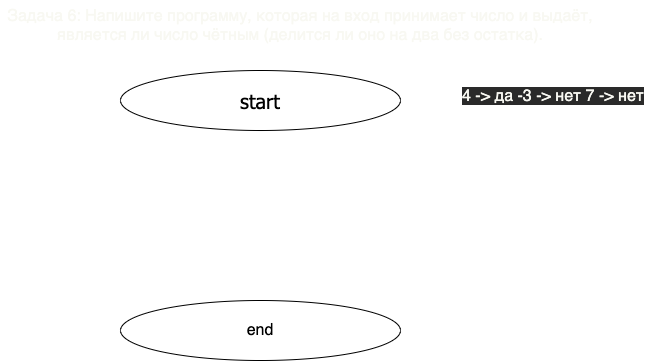
This is homework/task006/diagram.drawio.png from SergeyION/homework, a draw.io export, as it was before one commit. Source tidied: cells renumbered, new cells last; positions are measured from the earlier drawing's top-left corner, leaving out a move shared by most shapes. Source of this version:
```xml
<mxGraphModel>
  <root>
    <mxCell id="0" />
    <mxCell id="1" parent="0" />
    <mxCell id="2" value="&lt;h1 class=&quot;code-line&quot; dir=&quot;auto&quot; id=&quot;%D0%B7%D0%B0%D0%B4%D0%B0%D1%87%D0%B0-6-%D0%BD%D0%B0%D0%BF%D0%B8%D1%88%D0%B8%D1%82%D0%B5-%D0%BF%D1%80%D0%BE%D0%B3%D1%80%D0%B0%D0%BC%D0%BC%D1%83-%D0%BA%D0%BE%D1%82%D0%BE%D1%80%D0%B0%D1%8F-%D0%BD%D0%B0-%D0%B2%D1%85%D0%BE%D0%B4-%D0%BF%D1%80%D0%B8%D0%BD%D0%B8%D0%BC%D0%B0%D0%B5%D1%82-%D1%87%D0%B8%D1%81%D0%BB%D0%BE-%D0%B8-%D0%B2%D1%8B%D0%B4%D0%B0%D1%91%D1%82-%D1%8F%D0%B2%D0%BB%D1%8F%D0%B5%D1%82%D1%81%D1%8F-%D0%BB%D0%B8-%D1%87%D0%B8%D1%81%D0%BB%D0%BE-%D1%87%D1%91%D1%82%D0%BD%D1%8B%D0%BC-%D0%B4%D0%B5%D0%BB%D0%B8%D1%82%D1%81%D1%8F-%D0%BB%D0%B8-%D0%BE%D0%BD%D0%BE-%D0%BD%D0%B0-%D0%B4%D0%B2%D0%B0-%D0%B1%D0%B5%D0%B7-%D0%BE%D1%81%D1%82%D0%B0%D1%82%D0%BA%D0%B0&quot; style=&quot;margin-top: 0px ; padding-bottom: 0.3em ; line-height: 1.2 ; border-bottom: 1px solid rgba(255 , 255 , 255 , 0.18) ; font-weight: normal ; border-top-color: rgba(255 , 255 , 255 , 0.18) ; border-right-color: rgba(255 , 255 , 255 , 0.18) ; border-left-color: rgba(255 , 255 , 255 , 0.18) ; position: relative ; color: rgb(248 , 248 , 242) ; font-style: normal ; letter-spacing: normal ; text-indent: 0px ; text-transform: none ; word-spacing: 0px ; font-size: 16px&quot;&gt;Задача 6: Напишите программу, которая на вход принимает число и выдаёт, является ли число чётным (делится ли оно на два без остатка).&lt;/h1&gt;&lt;p class=&quot;code-line&quot; dir=&quot;auto&quot; style=&quot;margin-top: 0px ; margin-bottom: 0.7em ; position: relative ; color: rgb(248 , 248 , 242) ; font-size: 16px ; font-style: normal ; font-weight: 400 ; letter-spacing: normal ; text-indent: 0px ; text-transform: none ; word-spacing: 0px&quot;&gt;&lt;br&gt;&lt;/p&gt;" style="text;whiteSpace=wrap;html=1;fontSize=16;align=center;" parent="1" vertex="1">
      <mxGeometry width="600" height="50" as="geometry" />
    </mxCell>
    <mxCell id="3" value="&lt;meta charset=&quot;utf-8&quot;&gt;&lt;span style=&quot;color: rgb(248, 248, 242); font-family: helvetica; font-size: 16px; font-style: normal; font-weight: 400; letter-spacing: normal; text-align: center; text-indent: 0px; text-transform: none; word-spacing: 0px; background-color: rgb(42, 42, 42); display: inline; float: none;&quot;&gt;4 -&amp;gt; да -3 -&amp;gt; нет 7 -&amp;gt; нет&lt;/span&gt;" style="text;whiteSpace=wrap;html=1;fontSize=16;" parent="1" vertex="1">
      <mxGeometry x="460" y="80" width="210" height="30" as="geometry" />
    </mxCell>
    <mxCell id="4" value="start" style="ellipse;whiteSpace=wrap;html=1;fontSize=20;align=center;fontFamily=Tahoma;" parent="1" vertex="1">
      <mxGeometry x="120" y="70" width="280" height="60" as="geometry" />
    </mxCell>
    <mxCell id="5" value="end" style="ellipse;whiteSpace=wrap;html=1;fontSize=16;align=center;" parent="1" vertex="1">
      <mxGeometry x="120" y="300" width="280" height="60" as="geometry" />
    </mxCell>
  </root>
</mxGraphModel>
```
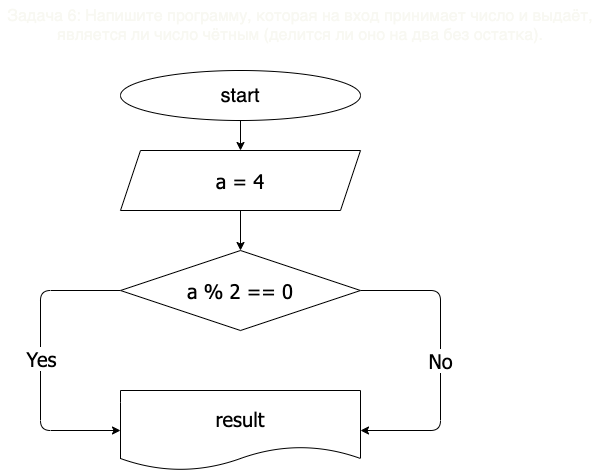
After the change.

Commit message:
Решение задачи 6 с диаграммой

The edit, as a diff of the source:
```diff
@@ -2,17 +2,45 @@
   <root>
     <mxCell id="0" />
     <mxCell id="1" parent="0" />
+    <mxCell id="6" value="&lt;h1 class=&quot;code-line&quot; dir=&quot;auto&quot; id=&quot;%D0%B7%D0%B0%D0%B4%D0%B0%D1%87%D0%B0-6-%D0%BD%D0%B0%D0%BF%D0%B8%D1%88%D0%B8%D1%82%D0%B5-%D0%BF%D1%80%D0%BE%D0%B3%D1%80%D0%B0%D0%BC%D0%BC%D1%83-%D0%BA%D0%BE%D1%82%D0%BE%D1%80%D0%B0%D1%8F-%D0%BD%D0%B0-%D0%B2%D1%85%D0%BE%D0%B4-%D0%BF%D1%80%D0%B8%D0%BD%D0%B8%D0%BC%D0%B0%D0%B5%D1%82-%D1%87%D0%B8%D1%81%D0%BB%D0%BE-%D0%B8-%D0%B2%D1%8B%D0%B4%D0%B0%D1%91%D1%82-%D1%8F%D0%B2%D0%BB%D1%8F%D0%B5%D1%82%D1%81%D1%8F-%D0%BB%D0%B8-%D1%87%D0%B8%D1%81%D0%BB%D0%BE-%D1%87%D1%91%D1%82%D0%BD%D1%8B%D0%BC-%D0%B4%D0%B5%D0%BB%D0%B8%D1%82%D1%81%D1%8F-%D0%BB%D0%B8-%D0%BE%D0%BD%D0%BE-%D0%BD%D0%B0-%D0%B4%D0%B2%D0%B0-%D0%B1%D0%B5%D0%B7-%D0%BE%D1%81%D1%82%D0%B0%D1%82%D0%BA%D0%B0&quot; style=&quot;margin-top: 0px ; padding-bottom: 0.3em ; line-height: 1.2 ; border-bottom: 1px solid rgba(255 , 255 , 255 , 0.18) ; font-weight: normal ; border-top-color: rgba(255 , 255 , 255 , 0.18) ; border-right-color: rgba(255 , 255 , 255 , 0.18) ; border-left-color: rgba(255 , 255 , 255 , 0.18) ; position: relative ; color: rgb(248 , 248 , 242) ; font-style: normal ; letter-spacing: normal ; text-indent: 0px ; text-transform: none ; word-spacing: 0px ; font-size: 16px&quot;&gt;Задача 6: Напишите программу, которая на вход принимает число и выдаёт, является ли число чётным (делится ли оно на два без остатка).&lt;/h1&gt;&lt;p class=&quot;code-line&quot; dir=&quot;auto&quot; style=&quot;margin-top: 0px ; margin-bottom: 0.7em ; position: relative ; color: rgb(248 , 248 , 242) ; font-size: 16px ; font-style: normal ; font-weight: 400 ; letter-spacing: normal ; text-indent: 0px ; text-transform: none ; word-spacing: 0px&quot;&gt;&lt;br&gt;&lt;/p&gt;" style="text;whiteSpace=wrap;html=1;fontSize=16;align=center;" parent="1" vertex="1">
+      <mxGeometry width="600" height="50" as="geometry" />
+    </mxCell>
+    <mxCell id="4" style="edgeStyle=none;html=1;fontSize=20;fontFamily=Tahoma;" parent="1" edge="1" source="2" target="3">
+      <mxGeometry relative="1" as="geometry" />
+    </mxCell>
-    <mxCell id="2" value="&lt;h1 class=&quot;code-line&quot; dir=&quot;auto&quot; id=&quot;%D0%B7%D0%B0%D0%B4%D0%B0%D1%87%D0%B0-6-%D0%BD%D0%B0%D0%BF%D0%B8%D1%88%D0%B8%D1%82%D0%B5-%D0%BF%D1%80%D0%BE%D0%B3%D1%80%D0%B0%D0%BC%D0%BC%D1%83-%D0%BA%D0%BE%D1%82%D0%BE%D1%80%D0%B0%D1%8F-%D0%BD%D0%B0-%D0%B2%D1%85%D0%BE%D0%B4-%D0%BF%D1%80%D0%B8%D0%BD%D0%B8%D0%BC%D0%B0%D0%B5%D1%82-%D1%87%D0%B8%D1%81%D0%BB%D0%BE-%D0%B8-%D0%B2%D1%8B%D0%B4%D0%B0%D1%91%D1%82-%D1%8F%D0%B2%D0%BB%D1%8F%D0%B5%D1%82%D1%81%D1%8F-%D0%BB%D0%B8-%D1%87%D0%B8%D1%81%D0%BB%D0%BE-%D1%87%D1%91%D1%82%D0%BD%D1%8B%D0%BC-%D0%B4%D0%B5%D0%BB%D0%B8%D1%82%D1%81%D1%8F-%D0%BB%D0%B8-%D0%BE%D0%BD%D0%BE-%D0%BD%D0%B0-%D0%B4%D0%B2%D0%B0-%D0%B1%D0%B5%D0%B7-%D0%BE%D1%81%D1%82%D0%B0%D1%82%D0%BA%D0%B0&quot; style=&quot;margin-top: 0px ; padding-bottom: 0.3em ; line-height: 1.2 ; border-bottom: 1px solid rgba(255 , 255 , 255 , 0.18) ; font-weight: normal ; border-top-color: rgba(255 , 255 , 255 , 0.18) ; border-right-color: rgba(255 , 255 , 255 , 0.18) ; border-left-color: rgba(255 , 255 , 255 , 0.18) ; position: relative ; color: rgb(248 , 248 , 242) ; font-style: normal ; letter-spacing: normal ; text-indent: 0px ; text-transform: none ; word-spacing: 0px ; font-size: 16px&quot;&gt;Задача 6: Напишите программу, которая на вход принимает число и выдаёт, является ли число чётным (делится ли оно на два без остатка).&lt;/h1&gt;&lt;p class=&quot;code-line&quot; dir=&quot;auto&quot; style=&quot;margin-top: 0px ; margin-bottom: 0.7em ; position: relative ; color: rgb(248 , 248 , 242) ; font-size: 16px ; font-style: normal ; font-weight: 400 ; letter-spacing: normal ; text-indent: 0px ; text-transform: none ; word-spacing: 0px&quot;&gt;&lt;br&gt;&lt;/p&gt;" style="text;whiteSpace=wrap;html=1;fontSize=16;align=center;" parent="1" vertex="1">
-      <mxGeometry width="600" height="50" as="geometry" />
+    <mxCell id="2" value="start" style="ellipse;whiteSpace=wrap;html=1;fontSize=20;" parent="1" vertex="1">
+      <mxGeometry x="120" y="70" width="240" height="50" as="geometry" />
     </mxCell>
+    <mxCell id="7" style="edgeStyle=none;html=1;fontSize=20;fontFamily=Tahoma;" parent="1" edge="1" source="3" target="5">
+      <mxGeometry relative="1" as="geometry" />
+    </mxCell>
-    <mxCell id="3" value="&lt;meta charset=&quot;utf-8&quot;&gt;&lt;span style=&quot;color: rgb(248, 248, 242); font-family: helvetica; font-size: 16px; font-style: normal; font-weight: 400; letter-spacing: normal; text-align: center; text-indent: 0px; text-transform: none; word-spacing: 0px; background-color: rgb(42, 42, 42); display: inline; float: none;&quot;&gt;4 -&amp;gt; да -3 -&amp;gt; нет 7 -&amp;gt; нет&lt;/span&gt;" style="text;whiteSpace=wrap;html=1;fontSize=16;" parent="1" vertex="1">
-      <mxGeometry x="460" y="80" width="210" height="30" as="geometry" />
+    <mxCell id="3" value="a = 4" style="shape=parallelogram;perimeter=parallelogramPerimeter;whiteSpace=wrap;html=1;fixedSize=1;fontSize=20;fontFamily=Tahoma;" parent="1" vertex="1">
+      <mxGeometry x="120" y="150" width="240" height="60" as="geometry" />
     </mxCell>
-    <mxCell id="4" value="start" style="ellipse;whiteSpace=wrap;html=1;fontSize=20;align=center;fontFamily=Tahoma;" parent="1" vertex="1">
-      <mxGeometry x="120" y="70" width="280" height="60" as="geometry" />
-    </mxCell>
+    <mxCell id="8" style="edgeStyle=none;html=1;exitX=0;exitY=0.5;exitDx=0;exitDy=0;fontSize=20;fontFamily=Tahoma;entryX=0;entryY=0.5;entryDx=0;entryDy=0;" parent="1" edge="1" source="5" target="11">
+      <mxGeometry relative="1" as="geometry">
+        <Array as="points">
+          <mxPoint x="40" y="290" />
+          <mxPoint x="40" y="430" />
+        </Array>
+      </mxGeometry>
+    </mxCell>
+    <mxCell id="9" value="Yes" style="edgeLabel;html=1;align=center;verticalAlign=middle;fontSize=20;fontFamily=Tahoma;" parent="8" vertex="1">
+      <mxGeometry x="-0.02" y="1" relative="1" as="geometry" />
+    </mxCell>
+    <mxCell id="10" value="No" style="edgeStyle=none;html=1;entryX=1;entryY=0.5;entryDx=0;entryDy=0;exitX=1;exitY=0.5;exitDx=0;exitDy=0;fontSize=20;fontFamily=Tahoma;" parent="1" edge="1" source="5" target="11">
+      <mxGeometry relative="1" as="geometry">
+        <Array as="points">
+          <mxPoint x="440" y="290" />
+          <mxPoint x="440" y="430" />
+        </Array>
+      </mxGeometry>
+    </mxCell>
-    <mxCell id="5" value="end" style="ellipse;whiteSpace=wrap;html=1;fontSize=16;align=center;" parent="1" vertex="1">
-      <mxGeometry x="120" y="300" width="280" height="60" as="geometry" />
+    <mxCell id="5" value="a % 2 == 0" style="rhombus;whiteSpace=wrap;html=1;fontSize=20;fontFamily=Tahoma;" parent="1" vertex="1">
+      <mxGeometry x="120" y="250" width="240" height="80" as="geometry" />
     </mxCell>
+    <mxCell id="11" value="result" style="shape=document;whiteSpace=wrap;html=1;boundedLbl=1;fontSize=20;fontFamily=Tahoma;" parent="1" vertex="1">
+      <mxGeometry x="120" y="390" width="240" height="80" as="geometry" />
+    </mxCell>
   </root>
 </mxGraphModel>
```
